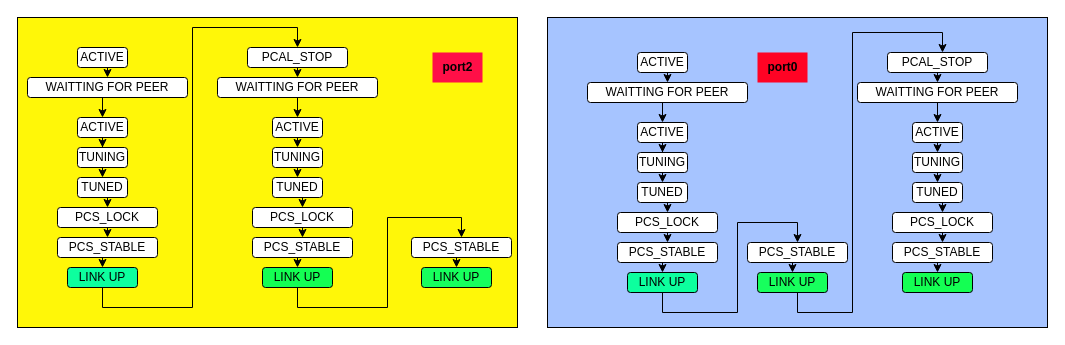
Earlier version of the draw.io diagram Optics_init_state_transition_history.drawio (kongzhongfeima/draw_io). Source tidied: cells renumbered, new cells numbered last; positions are measured from the earlier drawing's top-left corner, leaving out a move shared by most shapes. Both pictures are drawn from the tidied source at 100%, with x=0, y=0 at pixel (17, 17).
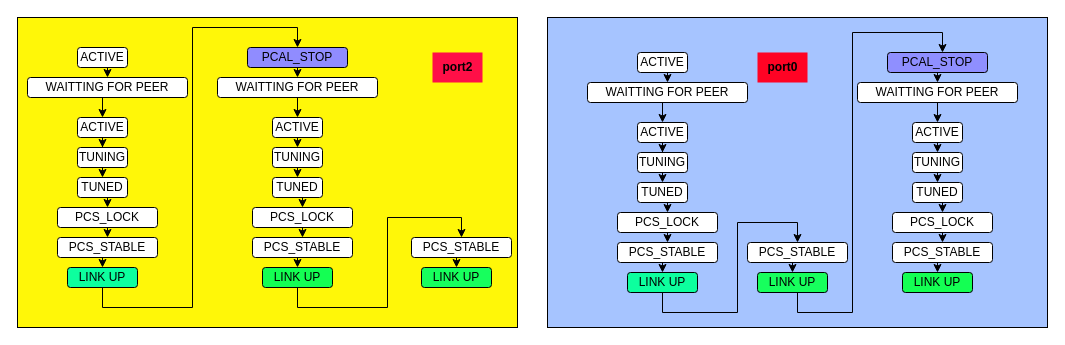
After the change.

Diff of the diagram source:
```diff
@@
-    <mxCell id="21" value="PCAL_STOP" style="rounded=1;whiteSpace=wrap;html=1;" parent="1" vertex="1">
+    <mxCell id="21" value="PCAL_STOP" style="rounded=1;whiteSpace=wrap;html=1;fillColor=#908CFF;" parent="1" vertex="1">
       <mxGeometry x="230" y="30" width="100" height="20" as="geometry" />
     </mxCell>
@@
-    <mxCell id="56" value="PCAL_STOP" style="rounded=1;whiteSpace=wrap;html=1;" parent="1" vertex="1">
+    <mxCell id="56" value="PCAL_STOP" style="rounded=1;whiteSpace=wrap;html=1;fillColor=#8F8FFF;" parent="1" vertex="1">
       <mxGeometry x="870" y="35" width="100" height="20" as="geometry" />
     </mxCell>
```
